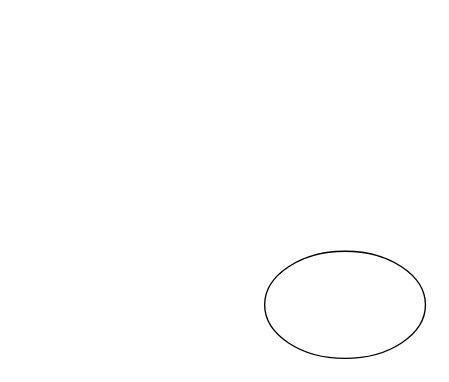
rosa2070/serverSystemteamproject keeps this draw.io diagram as Untitled Diagram.drawio. Above is the earlier version. Source tidied: cells renumbered, new cells numbered last; positions are measured from the earlier drawing's top-left corner, leaving out a move shared by most shapes. Both pictures are drawn from the tidied source at 134%, with x=0, y=0 at pixel (264, 251).
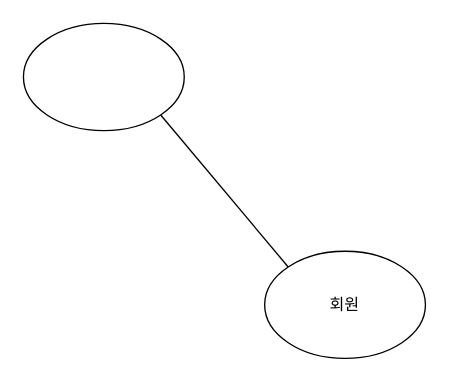
After the change.

The edit, as a diff of the source:
```diff
@@
 <mxGraphModel>
   <root>
     <mxCell id="0" />
     <mxCell id="1" parent="0" />
-    <mxCell id="2" style="ellipse;whiteSpace=wrap;html=1;" parent="1" vertex="1">
+    <mxCell id="2" value="회원" style="ellipse;whiteSpace=wrap;html=1;" parent="1" vertex="1">
       <mxGeometry width="120" height="80" as="geometry" />
     </mxCell>
+    <mxCell id="3" style="ellipse;whiteSpace=wrap;html=1;fontSize=15;" parent="1" vertex="1">
+      <mxGeometry x="-180" y="-170" width="120" height="80" as="geometry" />
+    </mxCell>
+    <mxCell id="4" style="endArrow=none;html=1;rounded=0;fontSize=15;exitX=1;exitY=1;exitDx=0;exitDy=0;entryX=0;entryY=0;entryDx=0;entryDy=0;" parent="1" edge="1" source="3" target="2">
+      <mxGeometry relative="1" as="geometry" />
+    </mxCell>
   </root>
 </mxGraphModel>
```
